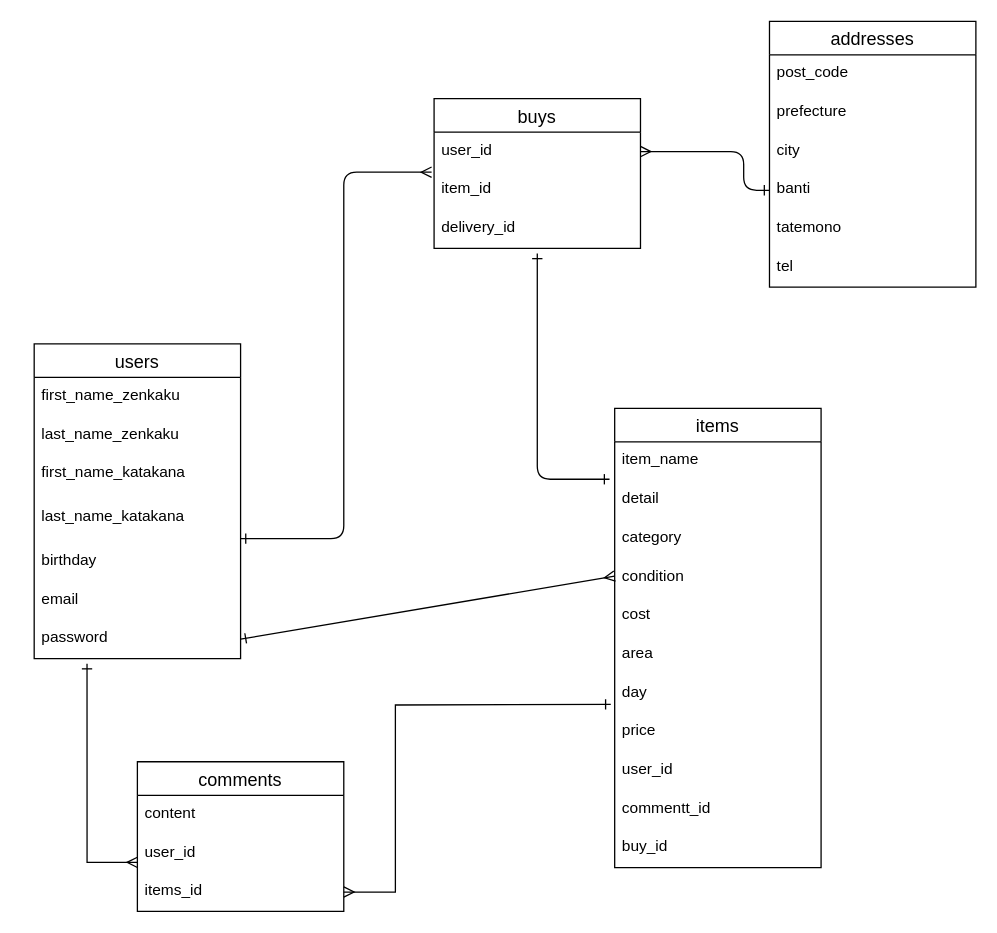
Above: page "ページ2" (2 of 2) of ER.dio in joni-deppu/furima-38310 (draw.io), before the change. Source tidied: cells renumbered, new cells numbered last; positions are measured from the earlier drawing's top-left corner, leaving out a move shared by most shapes. Both pictures are drawn from the tidied source at 129%, with x=0, y=0 at pixel (34, 21).
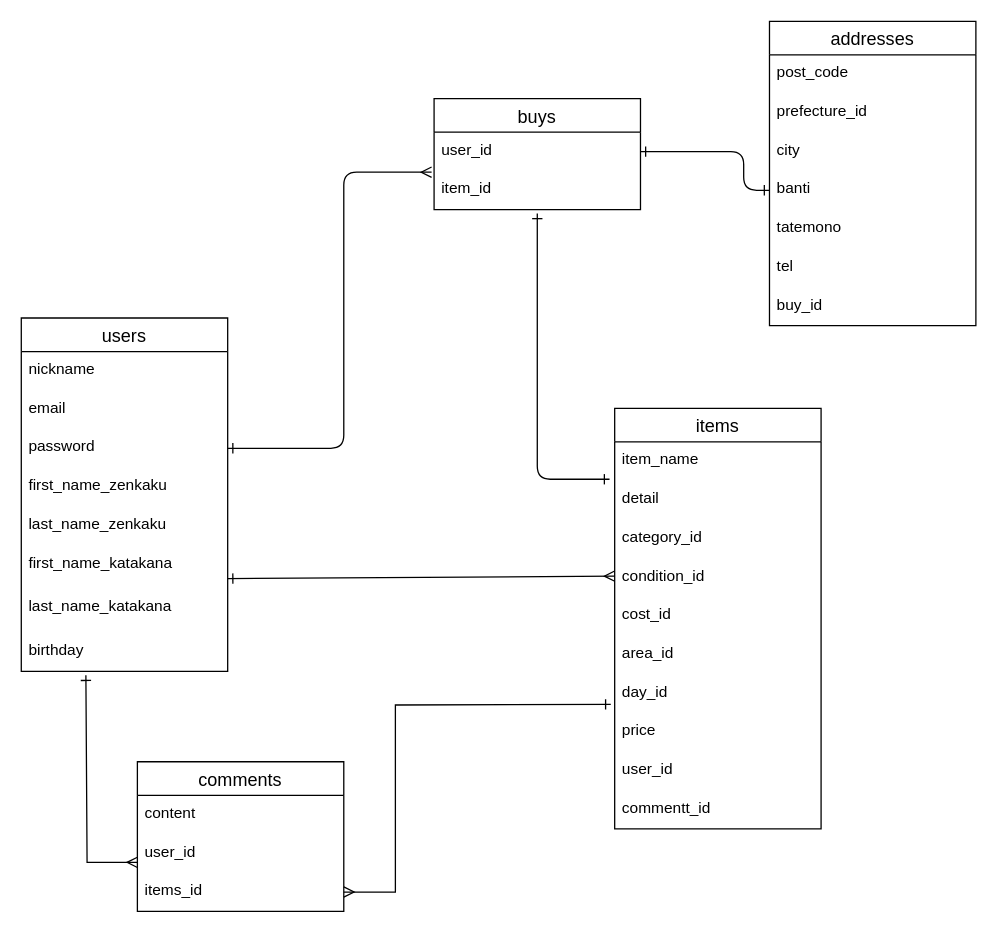
The same page after the edit.

The change refers to these unchanged cells:
```xml
<mxCell id="12" value="detail" style="text;strokeColor=none;fillColor=none;spacingLeft=4;spacingRight=4;overflow=hidden;points=[[0,0.5],[1,0.5]];portConstraint=eastwest;fontSize=12;" parent="10" vertex="1">
  <mxGeometry y="56" width="160" height="30" as="geometry" />
</mxCell>
<mxCell id="30" value="user_id" style="text;strokeColor=none;fillColor=none;spacingLeft=4;spacingRight=4;overflow=hidden;points=[[0,0.5],[1,0.5]];portConstraint=eastwest;fontSize=12;" parent="29" vertex="1">
  <mxGeometry y="26" width="160" height="30" as="geometry" />
</mxCell>
<mxCell id="31" value="item_id" style="text;strokeColor=none;fillColor=none;spacingLeft=4;spacingRight=4;overflow=hidden;points=[[0,0.5],[1,0.5]];portConstraint=eastwest;fontSize=12;" parent="29" vertex="1">
  <mxGeometry y="56" width="160" height="30" as="geometry" />
</mxCell>
<mxCell id="39" value="banti" style="text;strokeColor=none;fillColor=none;spacingLeft=4;spacingRight=4;overflow=hidden;points=[[0,0.5],[1,0.5]];portConstraint=eastwest;fontSize=12;" parent="35" vertex="1">
  <mxGeometry y="116" width="160" height="30" as="geometry" />
</mxCell>
```

The edit, as a diff of the source:
```diff
@@
     <mxCell id="2" value="users" style="swimlane;fontStyle=0;horizontal=1;startSize=26;align=center;fontSize=14;fillColor=default;" parent="1" vertex="1">
-      <mxGeometry y="250" width="160" height="244" as="geometry" />
+      <mxGeometry x="-10" y="230" width="160" height="274" as="geometry" />
     </mxCell>
+    <mxCell id="43" value="nickname" style="text;strokeColor=none;fillColor=none;spacingLeft=4;spacingRight=4;overflow=hidden;fontSize=12;glass=0;fontColor=default;" parent="2" vertex="1">
+      <mxGeometry y="26" width="160" height="30" as="geometry" />
+    </mxCell>
+    <mxCell id="8" value="email" style="text;strokeColor=none;fillColor=none;spacingLeft=4;spacingRight=4;overflow=hidden;fontSize=12;" parent="2" vertex="1">
+      <mxGeometry y="56" width="160" height="30" as="geometry" />
+    </mxCell>
+    <mxCell id="9" value="password" style="text;strokeColor=none;fillColor=none;spacingLeft=4;spacingRight=4;overflow=hidden;points=[[0,0.5],[1,0.5]];portConstraint=eastwest;fontSize=12;" parent="2" vertex="1">
+      <mxGeometry y="86" width="160" height="30" as="geometry" />
+    </mxCell>
     <mxCell id="3" value="first_name_zenkaku" style="text;strokeColor=none;fillColor=none;spacingLeft=4;spacingRight=4;overflow=hidden;fontSize=12;" parent="2" vertex="1">
-      <mxGeometry y="26" width="160" height="30" as="geometry" />
+      <mxGeometry y="116" width="160" height="30" as="geometry" />
     </mxCell>
     <mxCell id="4" value="last_name_zenkaku" style="text;strokeColor=none;fillColor=none;spacingLeft=4;spacingRight=4;overflow=hidden;fontSize=12;" parent="2" vertex="1">
-      <mxGeometry y="56" width="160" height="30" as="geometry" />
+      <mxGeometry y="146" width="160" height="30" as="geometry" />
     </mxCell>
     <mxCell id="5" value="first_name_katakana" style="text;strokeColor=none;fillColor=none;spacingLeft=4;spacingRight=4;overflow=hidden;points=[[0,0.5],[1,0.5]];portConstraint=eastwest;fontSize=12;" parent="2" vertex="1">
-      <mxGeometry y="86" width="160" height="34" as="geometry" />
+      <mxGeometry y="176" width="160" height="34" as="geometry" />
     </mxCell>
     <mxCell id="6" value="last_name_katakana" style="text;strokeColor=none;fillColor=none;spacingLeft=4;spacingRight=4;overflow=hidden;fontSize=12;" parent="2" vertex="1">
-      <mxGeometry y="120" width="160" height="34" as="geometry" />
+      <mxGeometry y="210" width="160" height="34" as="geometry" />
     </mxCell>
     <mxCell id="7" value="birthday" style="text;strokeColor=none;fillColor=none;spacingLeft=4;spacingRight=4;overflow=hidden;points=[[0,0.5],[1,0.5]];portConstraint=eastwest;fontSize=12;" parent="2" vertex="1">
-      <mxGeometry y="154" width="160" height="30" as="geometry" />
+      <mxGeometry y="244" width="160" height="30" as="geometry" />
     </mxCell>
-    <mxCell id="8" value="email" style="text;strokeColor=none;fillColor=none;spacingLeft=4;spacingRight=4;overflow=hidden;fontSize=12;" parent="2" vertex="1">
-      <mxGeometry y="184" width="160" height="30" as="geometry" />
-    </mxCell>
-    <mxCell id="9" value="password" style="text;strokeColor=none;fillColor=none;spacingLeft=4;spacingRight=4;overflow=hidden;points=[[0,0.5],[1,0.5]];portConstraint=eastwest;fontSize=12;" parent="2" vertex="1">
-      <mxGeometry y="214" width="160" height="30" as="geometry" />
-    </mxCell>
     <mxCell id="10" value="items" style="swimlane;fontStyle=0;horizontal=1;startSize=26;align=center;fontSize=14;glass=0;fillColor=default;fontColor=default;" parent="1" vertex="1">
-      <mxGeometry x="450" y="300" width="160" height="356" as="geometry" />
+      <mxGeometry x="450" y="300" width="160" height="326" as="geometry" />
     </mxCell>
@@
-    <mxCell id="13" value="category" style="text;strokeColor=none;fillColor=none;spacingLeft=4;spacingRight=4;overflow=hidden;fontSize=12;" parent="10" vertex="1">
+    <mxCell id="13" value="category_id" style="text;strokeColor=none;fillColor=none;spacingLeft=4;spacingRight=4;overflow=hidden;fontSize=12;" parent="10" vertex="1">
       <mxGeometry y="86" width="160" height="30" as="geometry" />
     </mxCell>
-    <mxCell id="14" value="condition" style="text;strokeColor=none;fillColor=none;spacingLeft=4;spacingRight=4;overflow=hidden;fontSize=12;" parent="10" vertex="1">
+    <mxCell id="14" value="condition_id&#10;&#10;" style="text;strokeColor=none;fillColor=none;spacingLeft=4;spacingRight=4;overflow=hidden;fontSize=12;" parent="10" vertex="1">
       <mxGeometry y="116" width="160" height="30" as="geometry" />
     </mxCell>
-    <mxCell id="15" value="cost" style="text;strokeColor=none;fillColor=none;spacingLeft=4;spacingRight=4;overflow=hidden;fontSize=12;" parent="10" vertex="1">
+    <mxCell id="15" value="cost_id" style="text;strokeColor=none;fillColor=none;spacingLeft=4;spacingRight=4;overflow=hidden;fontSize=12;" parent="10" vertex="1">
       <mxGeometry y="146" width="160" height="30" as="geometry" />
     </mxCell>
-    <mxCell id="16" value="area" style="text;strokeColor=none;fillColor=none;spacingLeft=4;spacingRight=4;overflow=hidden;fontSize=12;" parent="10" vertex="1">
+    <mxCell id="16" value="area_id" style="text;strokeColor=none;fillColor=none;spacingLeft=4;spacingRight=4;overflow=hidden;fontSize=12;" parent="10" vertex="1">
       <mxGeometry y="176" width="160" height="30" as="geometry" />
     </mxCell>
-    <mxCell id="17" value="day" style="text;strokeColor=none;fillColor=none;spacingLeft=4;spacingRight=4;overflow=hidden;points=[[0,0.5],[1,0.5]];portConstraint=eastwest;fontSize=12;" parent="10" vertex="1">
+    <mxCell id="17" value="day_id" style="text;strokeColor=none;fillColor=none;spacingLeft=4;spacingRight=4;overflow=hidden;points=[[0,0.5],[1,0.5]];portConstraint=eastwest;fontSize=12;" parent="10" vertex="1">
       <mxGeometry y="206" width="160" height="30" as="geometry" />
     </mxCell>
@@
-    <mxCell id="21" value="buy_id" style="text;strokeColor=none;fillColor=none;spacingLeft=4;spacingRight=4;overflow=hidden;fontSize=12;" parent="10" vertex="1">
-      <mxGeometry y="326" width="160" height="30" as="geometry" />
-    </mxCell>
@@
-    <mxCell id="26" style="endArrow=ERmany;html=1;rounded=0;exitX=0.256;exitY=1.133;exitDx=0;exitDy=0;exitPerimeter=0;startArrow=ERone;startFill=0;endFill=0;" parent="1" edge="1" source="9">
+    <mxCell id="26" style="endArrow=ERmany;html=1;rounded=0;startArrow=ERone;startFill=0;endFill=0;exitX=0.313;exitY=1.1;exitDx=0;exitDy=0;exitPerimeter=0;" parent="1" edge="1" source="7">
       <mxGeometry relative="1" as="geometry">
         <mxPoint x="80" y="652" as="targetPoint" />
         <Array as="points">
           <mxPoint x="41" y="652" />
         </Array>
       </mxGeometry>
     </mxCell>
-    <mxCell id="27" style="endArrow=ERmany;html=1;rounded=0;startArrow=ERone;startFill=0;endFill=0;exitX=1;exitY=0.5;exitDx=0;exitDy=0;" parent="1" edge="1" source="9">
+    <mxCell id="27" style="endArrow=ERmany;html=1;rounded=0;startArrow=ERone;startFill=0;endFill=0;exitX=1;exitY=0.765;exitDx=0;exitDy=0;exitPerimeter=0;" parent="1" edge="1" source="5">
       <mxGeometry relative="1" as="geometry">
         <mxPoint x="450" y="430.1" as="targetPoint" />
       </mxGeometry>
     </mxCell>
@@
     <mxCell id="29" value="buys" style="swimlane;fontStyle=0;horizontal=1;startSize=26;align=center;fontSize=14;" parent="1" vertex="1">
-      <mxGeometry x="310" y="60" width="160" height="116" as="geometry" />
+      <mxGeometry x="310" y="60" width="160" height="86" as="geometry" />
     </mxCell>
@@
-    <mxCell id="32" value="delivery_id" style="text;strokeColor=none;fillColor=none;spacingLeft=4;spacingRight=4;overflow=hidden;fontSize=12;" parent="29" vertex="1">
-      <mxGeometry y="86" width="160" height="30" as="geometry" />
-    </mxCell>
-    <mxCell id="33" style="edgeStyle=elbowEdgeStyle;html=1;exitX=1;exitY=0.5;exitDx=0;exitDy=0;startArrow=ERone;startFill=0;endArrow=ERmany;endFill=0;entryX=-0.012;entryY=0.033;entryDx=0;entryDy=0;entryPerimeter=0;" parent="1" edge="1" target="31">
+    <mxCell id="33" style="edgeStyle=elbowEdgeStyle;html=1;exitX=1;exitY=0.5;exitDx=0;exitDy=0;startArrow=ERone;startFill=0;endArrow=ERmany;endFill=0;entryX=-0.012;entryY=0.033;entryDx=0;entryDy=0;entryPerimeter=0;" parent="1" edge="1" source="9" target="31">
       <mxGeometry relative="1" as="geometry">
-        <mxPoint x="160" y="401" as="sourcePoint" />
         <Array as="points">
           <mxPoint x="240" y="150" />
           <mxPoint x="300" y="170" />
         </Array>
       </mxGeometry>
     </mxCell>
-    <mxCell id="34" style="edgeStyle=elbowEdgeStyle;html=1;exitX=-0.025;exitY=-0.033;exitDx=0;exitDy=0;startArrow=ERone;startFill=0;endArrow=ERone;endFill=0;exitPerimeter=0;" parent="1" edge="1" source="12">
+    <mxCell id="34" style="edgeStyle=elbowEdgeStyle;html=1;exitX=-0.025;exitY=-0.033;exitDx=0;exitDy=0;startArrow=ERone;startFill=0;endArrow=ERone;endFill=0;exitPerimeter=0;entryX=0.5;entryY=1.1;entryDx=0;entryDy=0;entryPerimeter=0;" parent="1" edge="1" source="12" target="31">
       <mxGeometry relative="1" as="geometry">
-        <mxPoint x="390" y="180" as="targetPoint" />
         <Array as="points">
           <mxPoint x="390" y="180" />
           <mxPoint x="390" y="290" />
           <mxPoint x="520" y="250" />
           <mxPoint x="560" y="200" />
           <mxPoint x="570" y="210" />
         </Array>
       </mxGeometry>
     </mxCell>
     <mxCell id="35" value="addresses" style="swimlane;fontStyle=0;horizontal=1;startSize=26;align=center;fontSize=14;" parent="1" vertex="1">
-      <mxGeometry x="570" width="160" height="206" as="geometry" />
+      <mxGeometry x="570" width="160" height="236" as="geometry" />
     </mxCell>
@@
-    <mxCell id="37" value="prefecture" style="text;strokeColor=none;fillColor=none;spacingLeft=4;spacingRight=4;overflow=hidden;fontSize=12;" parent="35" vertex="1">
+    <mxCell id="37" value="prefecture_id" style="text;strokeColor=none;fillColor=none;spacingLeft=4;spacingRight=4;overflow=hidden;fontSize=12;" parent="35" vertex="1">
       <mxGeometry y="56" width="160" height="30" as="geometry" />
     </mxCell>
@@
+    <mxCell id="21" value="buy_id" style="text;strokeColor=none;fillColor=none;spacingLeft=4;spacingRight=4;overflow=hidden;fontSize=12;glass=0;fontColor=default;" parent="35" vertex="1">
+      <mxGeometry y="206" width="160" height="30" as="geometry" />
+    </mxCell>
-    <mxCell id="42" style="edgeStyle=elbowEdgeStyle;html=1;exitX=0;exitY=0.5;exitDx=0;exitDy=0;startArrow=ERone;startFill=0;endArrow=ERmany;endFill=0;entryX=1;entryY=0.5;entryDx=0;entryDy=0;" parent="1" edge="1" source="39" target="30">
+    <mxCell id="42" style="edgeStyle=elbowEdgeStyle;html=1;exitX=0;exitY=0.5;exitDx=0;exitDy=0;startArrow=ERone;startFill=0;endArrow=ERone;endFill=0;entryX=1;entryY=0.5;entryDx=0;entryDy=0;" parent="1" edge="1" source="39" target="30">
       <mxGeometry relative="1" as="geometry">
         <Array as="points">
           <mxPoint x="550" y="130" />
           <mxPoint x="666" y="120" />
           <mxPoint x="580" y="220" />
         </Array>
       </mxGeometry>
     </mxCell>
```
